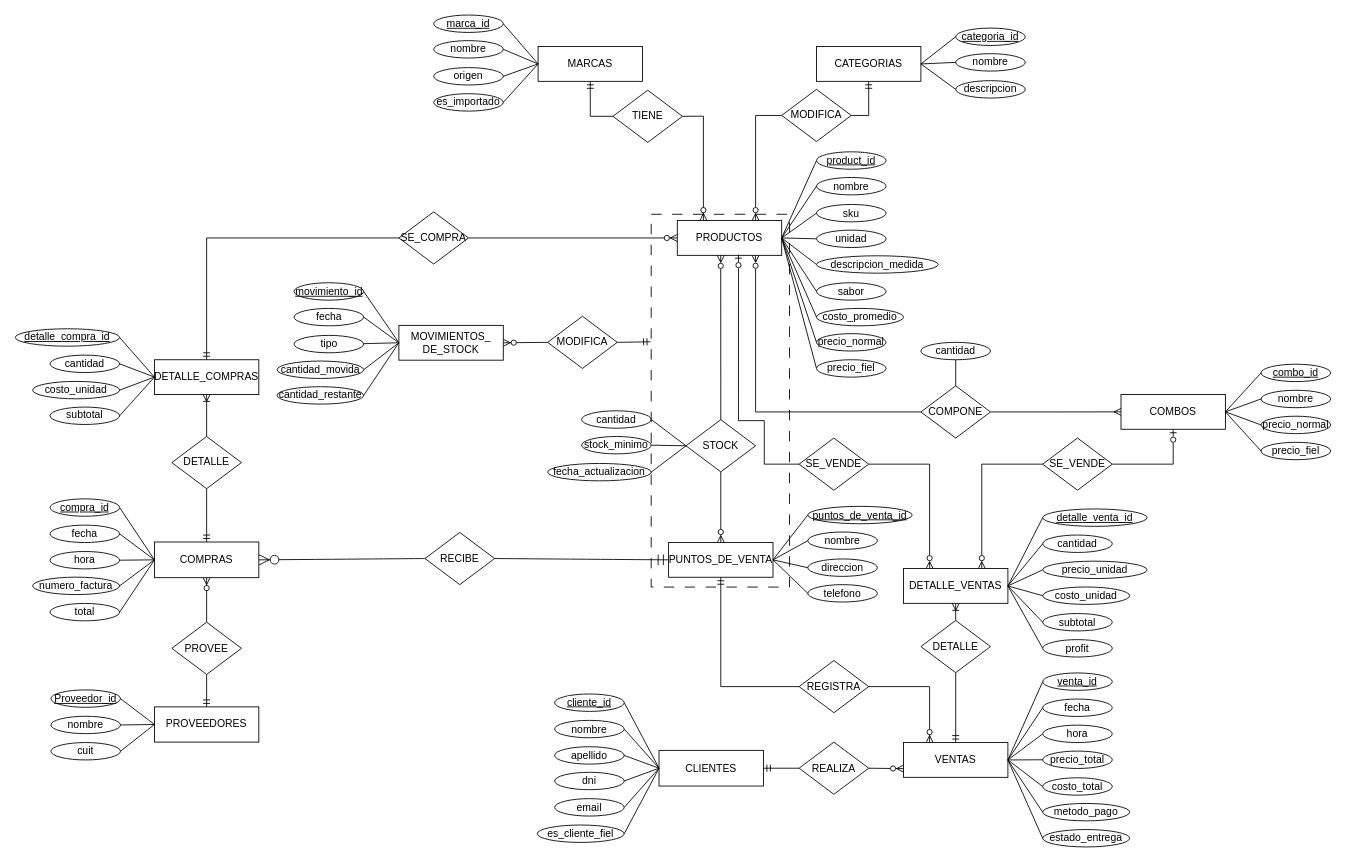
Earlier version of the draw.io diagram der.drawio (MarioSigal/TP_IBD). Source tidied: cells renumbered, new cells numbered last; positions are measured from the earlier drawing's top-left corner, leaving out a move shared by most shapes. Both pictures are drawn from the tidied source at 87%, with x=0, y=0 at pixel (15, 15).
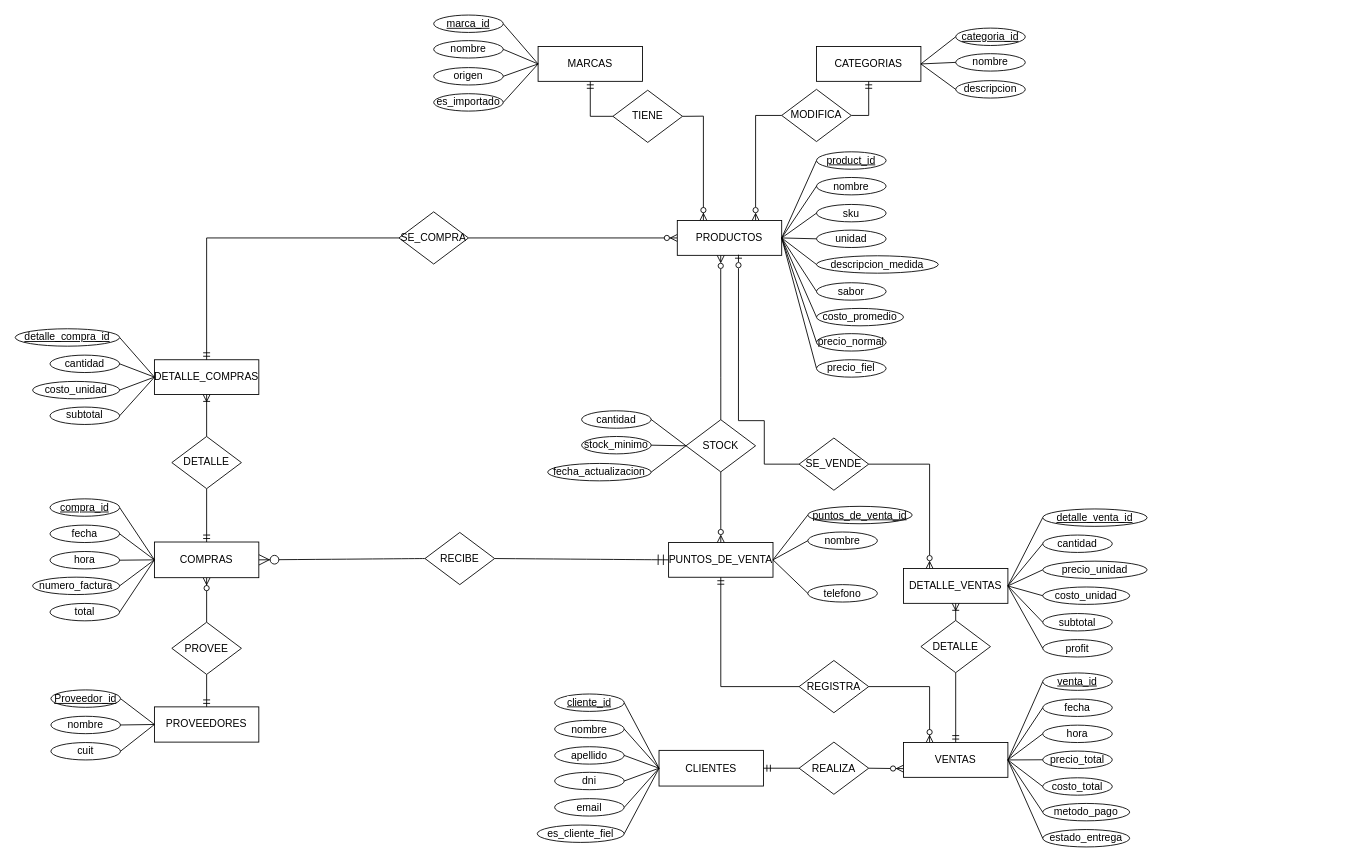
After the change.

Commit message (it also covers changes not shown here):
actualizacion del repo eliminando combos y mov de stock

Unchanged cells that the change refers to:
```xml
<mxCell id="36" value="PRODUCTOS" style="rounded=0;whiteSpace=wrap;html=1;" parent="1" vertex="1">
  <mxGeometry x="761" y="236" width="120" height="40" as="geometry" />
</mxCell>
<mxCell id="68" value="DETALLE_VENTAS" style="rounded=0;whiteSpace=wrap;html=1;" parent="1" vertex="1">
  <mxGeometry x="1021" y="636" width="120" height="40" as="geometry" />
</mxCell>
<mxCell id="116" value="PUNTOS_DE_VENTA" style="rounded=0;whiteSpace=wrap;html=1;" parent="1" vertex="1">
  <mxGeometry x="751" y="606" width="120" height="40" as="geometry" />
</mxCell>
```

What changed in the source:
```diff
@@
-    <mxCell id="9" style="startArrow=none;startSize=6;endArrow=ERzeroToOne;endSize=6;rounded=0;entryX=0.5;entryY=1;entryDx=0;entryDy=0;edgeStyle=orthogonalEdgeStyle;startFill=0;endFill=0;exitX=1;exitY=0.5;exitDx=0;exitDy=0;curved=0;" parent="1" edge="1" source="105" target="58">
-      <mxGeometry relative="1" as="geometry">
-        <Array as="points">
-          <mxPoint x="1331" y="516" />
-        </Array>
-      </mxGeometry>
-    </mxCell>
-    <mxCell id="10" style="startArrow=none;startSize=6;endArrow=ERzeroToMany;endSize=6;rounded=0;entryX=0.75;entryY=1;entryDx=0;entryDy=0;edgeStyle=orthogonalEdgeStyle;exitX=0;exitY=0.5;exitDx=0;exitDy=0;endFill=0;startFill=0;" parent="1" edge="1" source="65" target="36">
-      <mxGeometry relative="1" as="geometry" />
-    </mxCell>
-    <mxCell id="11" style="startArrow=none;startSize=6;endArrow=ERzeroToMany;endSize=6;rounded=0;exitX=0;exitY=0.5;exitDx=0;exitDy=0;entryX=1;entryY=0.5;entryDx=0;entryDy=0;startFill=0;" parent="1" edge="1" source="149" target="136">
-      <mxGeometry relative="1" as="geometry" />
-    </mxCell>
@@
-    <mxCell id="58" value="COMBOS" style="rounded=0;whiteSpace=wrap;html=1;" parent="1" vertex="1">
-      <mxGeometry x="1271" y="435.9" width="120" height="40" as="geometry" />
-    </mxCell>
-    <mxCell id="59" style="rounded=0;jettySize=auto;html=1;exitX=0;exitY=0.5;exitDx=0;exitDy=0;endArrow=none;endFill=0;entryX=1;entryY=0.5;entryDx=0;entryDy=0;" parent="1" edge="1" source="60" target="58">
-      <mxGeometry relative="1" as="geometry" />
-    </mxCell>
-    <mxCell id="60" value="&lt;u&gt;&lt;font style=&quot;color: rgb(0, 0, 0);&quot;&gt;combo_id&lt;/font&gt;&lt;/u&gt;" style="ellipse;whiteSpace=wrap;html=1;" parent="1" vertex="1">
-      <mxGeometry x="1432" y="401.1" width="80" height="20" as="geometry" />
-    </mxCell>
-    <mxCell id="61" value="nombre" style="ellipse;whiteSpace=wrap;html=1;" parent="1" vertex="1">
-      <mxGeometry x="1432" y="431.1" width="80" height="20" as="geometry" />
-    </mxCell>
-    <mxCell id="62" style="endArrow=none;html=1;rounded=0;entryX=1;entryY=0.5;entryDx=0;entryDy=0;exitX=0;exitY=0.5;exitDx=0;exitDy=0;" parent="1" edge="1" source="61" target="58">
-      <mxGeometry relative="1" as="geometry" />
-    </mxCell>
-    <mxCell id="63" style="edgeStyle=orthogonalEdgeStyle;rounded=0;jettySize=auto;html=1;exitX=0.5;exitY=0;exitDx=0;exitDy=0;entryX=0.5;entryY=1;entryDx=0;entryDy=0;endArrow=none;endFill=0;" parent="1" edge="1" source="65" target="66">
-      <mxGeometry relative="1" as="geometry" />
-    </mxCell>
-    <mxCell id="64" style="edgeStyle=orthogonalEdgeStyle;shape=wire;rounded=0;jettySize=auto;html=1;entryX=0;entryY=0.5;entryDx=0;entryDy=0;dashed=1;endArrow=ERmany;endFill=0;" parent="1" edge="1" source="65" target="58">
-      <mxGeometry relative="1" as="geometry" />
-    </mxCell>
-    <mxCell id="65" value="COMPONE" style="rhombus;whiteSpace=wrap;html=1;" parent="1" vertex="1">
-      <mxGeometry x="1041" y="426" width="80" height="60" as="geometry" />
-    </mxCell>
-    <mxCell id="66" value="cantidad" style="ellipse;whiteSpace=wrap;html=1;" parent="1" vertex="1">
-      <mxGeometry x="1041" y="376" width="80" height="20" as="geometry" />
-    </mxCell>
@@
-    <mxCell id="100" value="precio_normal" style="ellipse;whiteSpace=wrap;html=1;" parent="1" vertex="1">
-      <mxGeometry x="1432" y="460.9" width="80" height="20" as="geometry" />
-    </mxCell>
-    <mxCell id="101" value="precio_fiel" style="ellipse;whiteSpace=wrap;html=1;" parent="1" vertex="1">
-      <mxGeometry x="1432" y="490.9" width="80" height="20" as="geometry" />
-    </mxCell>
-    <mxCell id="102" style="endArrow=none;html=1;rounded=0;entryX=1;entryY=0.5;entryDx=0;entryDy=0;exitX=0;exitY=0.5;exitDx=0;exitDy=0;" parent="1" edge="1" source="100" target="58">
-      <mxGeometry relative="1" as="geometry" />
-    </mxCell>
-    <mxCell id="103" style="endArrow=none;html=1;rounded=0;entryX=1;entryY=0.5;entryDx=0;entryDy=0;exitX=0;exitY=0.5;exitDx=0;exitDy=0;" parent="1" edge="1" source="101" target="58">
-      <mxGeometry relative="1" as="geometry" />
-    </mxCell>
-    <mxCell id="104" style="startArrow=ERzeroToMany;startSize=6;endArrow=none;endSize=6;rounded=0;entryX=0;entryY=0.5;entryDx=0;entryDy=0;edgeStyle=orthogonalEdgeStyle;startFill=0;endFill=0;exitX=0.75;exitY=0;exitDx=0;exitDy=0;curved=0;" parent="1" edge="1" source="68" target="105">
-      <mxGeometry relative="1" as="geometry" />
-    </mxCell>
-    <mxCell id="105" value="SE_VENDE" style="rhombus;whiteSpace=wrap;html=1;" parent="1" vertex="1">
-      <mxGeometry x="1181" y="486" width="80" height="60" as="geometry" />
-    </mxCell>
@@
-    <mxCell id="120" value="direccion" style="ellipse;whiteSpace=wrap;html=1;" parent="1" vertex="1">
-      <mxGeometry x="911" y="625" width="80" height="20" as="geometry" />
-    </mxCell>
-    <mxCell id="121" style="endArrow=none;html=1;rounded=0;entryX=1;entryY=0.5;entryDx=0;entryDy=0;exitX=0;exitY=0.5;exitDx=0;exitDy=0;" parent="1" edge="1" source="120" target="116">
-      <mxGeometry relative="1" as="geometry" />
-    </mxCell>
@@
-    <mxCell id="136" value="&lt;font style=&quot;color: rgb(0, 0, 0);&quot;&gt;MOVIMIENTOS_&lt;/font&gt;&lt;div&gt;&lt;font style=&quot;color: rgb(0, 0, 0);&quot;&gt;DE_STOCK&lt;/font&gt;&lt;/div&gt;" style="rounded=0;whiteSpace=wrap;html=1;" parent="1" vertex="1">
-      <mxGeometry x="441" y="356.5" width="120" height="40" as="geometry" />
-    </mxCell>
-    <mxCell id="137" style="rounded=0;jettySize=auto;html=1;exitX=1;exitY=0.5;exitDx=0;exitDy=0;endArrow=none;endFill=0;entryX=0;entryY=0.5;entryDx=0;entryDy=0;" parent="1" edge="1" source="138" target="136">
-      <mxGeometry relative="1" as="geometry" />
-    </mxCell>
-    <mxCell id="138" value="&lt;u&gt;&lt;font style=&quot;color: rgb(0, 0, 0);&quot;&gt;movimiento_id&lt;/font&gt;&lt;/u&gt;" style="ellipse;whiteSpace=wrap;html=1;" parent="1" vertex="1">
-      <mxGeometry x="320.5" y="307.5" width="80" height="20" as="geometry" />
-    </mxCell>
-    <mxCell id="139" value="fecha" style="ellipse;whiteSpace=wrap;html=1;" parent="1" vertex="1">
-      <mxGeometry x="320.5" y="337" width="80" height="20" as="geometry" />
-    </mxCell>
-    <mxCell id="140" value="tipo" style="ellipse;whiteSpace=wrap;html=1;" parent="1" vertex="1">
-      <mxGeometry x="320.5" y="368" width="80" height="20" as="geometry" />
-    </mxCell>
-    <mxCell id="141" style="endArrow=none;html=1;rounded=0;entryX=0;entryY=0.5;entryDx=0;entryDy=0;" parent="1" edge="1" target="136">
-      <mxGeometry relative="1" as="geometry">
-        <mxPoint x="401" y="377.5" as="sourcePoint" />
-      </mxGeometry>
-    </mxCell>
-    <mxCell id="142" style="endArrow=none;html=1;rounded=0;entryX=0;entryY=0.5;entryDx=0;entryDy=0;exitX=1;exitY=0.5;exitDx=0;exitDy=0;" parent="1" edge="1" source="139" target="136">
-      <mxGeometry relative="1" as="geometry" />
-    </mxCell>
-    <mxCell id="143" style="rounded=0;jettySize=auto;html=1;exitX=1;exitY=0.5;exitDx=0;exitDy=0;endArrow=none;endFill=0;entryX=0;entryY=0.5;entryDx=0;entryDy=0;" parent="1" edge="1" source="144" target="136">
-      <mxGeometry relative="1" as="geometry" />
-    </mxCell>
-    <mxCell id="144" value="cantidad_movida" style="ellipse;whiteSpace=wrap;html=1;" parent="1" vertex="1">
-      <mxGeometry x="301" y="397.5" width="99.5" height="20" as="geometry" />
-    </mxCell>
-    <mxCell id="145" value="cantidad_restante" style="ellipse;whiteSpace=wrap;html=1;" parent="1" vertex="1">
-      <mxGeometry x="301" y="427" width="99.5" height="20" as="geometry" />
-    </mxCell>
-    <mxCell id="146" style="endArrow=none;html=1;rounded=0;exitX=1;exitY=0.5;exitDx=0;exitDy=0;entryX=0;entryY=0.5;entryDx=0;entryDy=0;" parent="1" edge="1" source="145" target="136">
-      <mxGeometry relative="1" as="geometry" />
-    </mxCell>
-    <mxCell id="147" style="whiteSpace=wrap;html=1;fillColor=none;dashed=1;dashPattern=12 12;" parent="1" vertex="1">
-      <mxGeometry x="731" y="228.8" width="159" height="428.5" as="geometry" />
-    </mxCell>
-    <mxCell id="148" style="startArrow=ERmandOne;startSize=6;endArrow=none;endSize=6;rounded=0;exitX=-0.005;exitY=0.342;exitDx=0;exitDy=0;entryX=1;entryY=0.5;entryDx=0;entryDy=0;exitPerimeter=0;endFill=0;" parent="1" edge="1" source="147" target="149">
-      <mxGeometry relative="1" as="geometry" />
-    </mxCell>
-    <mxCell id="149" value="MODIFICA" style="rhombus;whiteSpace=wrap;html=1;" parent="1" vertex="1">
-      <mxGeometry x="612" y="346" width="80" height="60" as="geometry" />
-    </mxCell>
```
